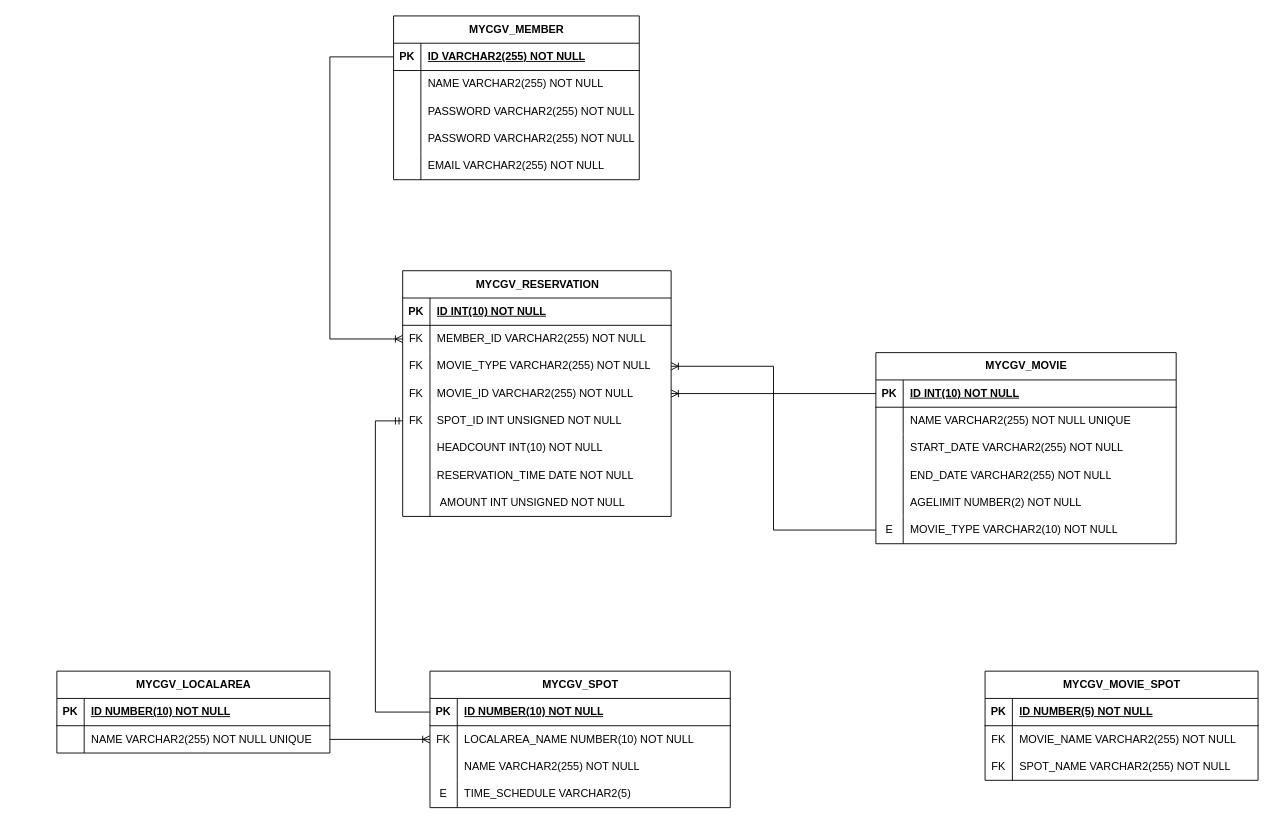
Above: new mycgv_erd.drawio in jaehyeonkim0/mycgv (draw.io), before the change. Source tidied: cells renumbered, new cells numbered last; positions are measured from the earlier drawing's top-left corner, leaving out a move shared by most shapes. Both pictures are drawn from the tidied source at 91%, with x=0, y=0 at pixel (56, 15).
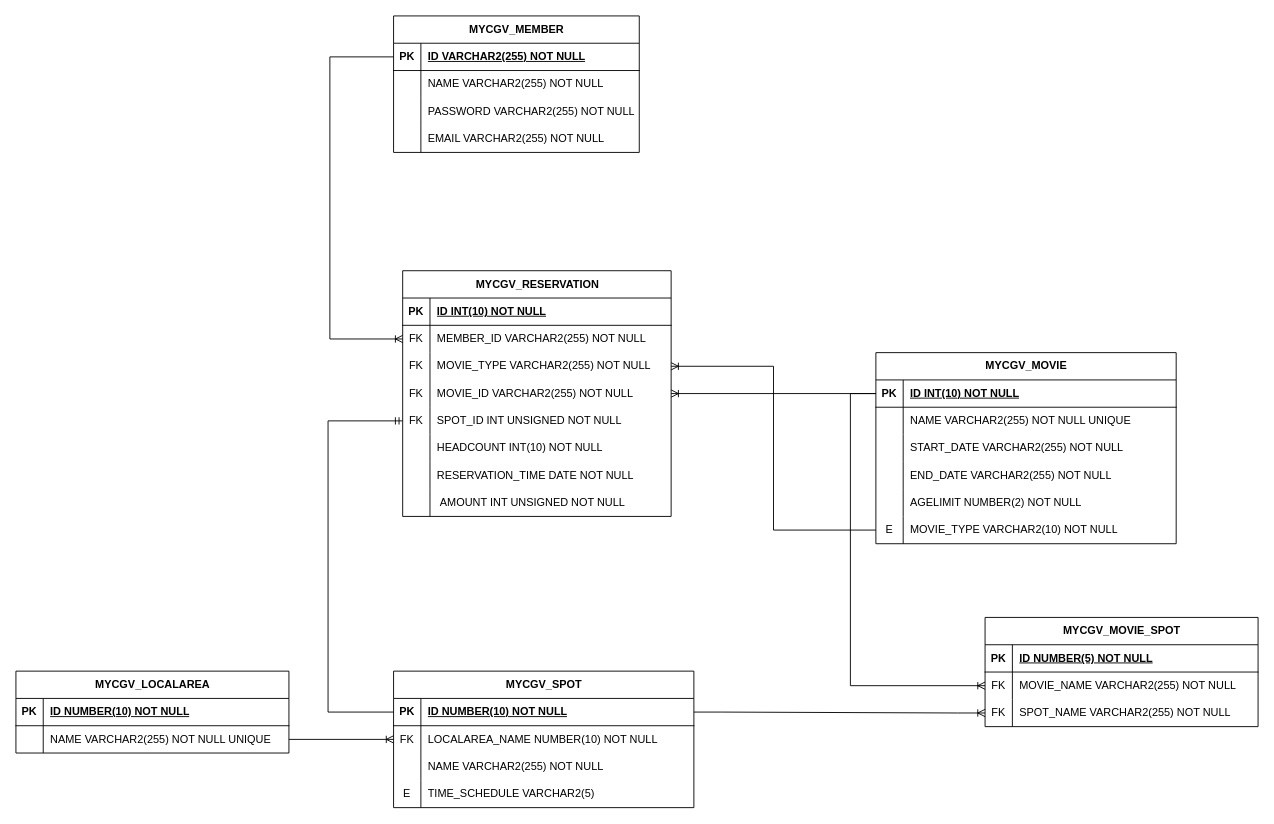
The same diagram, later.

Unchanged cells that the change refers to:
```xml
<mxCell id="3" style="shape=tableRow;horizontal=0;startSize=0;swimlaneHead=0;swimlaneBody=0;fillColor=none;points=[[0,0.5],[1,0.5]];portConstraint=eastwest;top=0;left=0;right=0;bottom=1;" parent="2" vertex="1">
  <mxGeometry y="30" width="330" height="30" as="geometry" />
</mxCell>
<mxCell id="29" style="shape=tableRow;horizontal=0;startSize=0;swimlaneHead=0;swimlaneBody=0;fillColor=none;points=[[0,0.5],[1,0.5]];portConstraint=eastwest;top=0;left=0;right=0;bottom=1;" parent="28" vertex="1">
  <mxGeometry y="30" width="330" height="30" as="geometry" />
</mxCell>
<mxCell id="46" style="shape=tableRow;horizontal=0;startSize=0;swimlaneHead=0;swimlaneBody=0;fillColor=none;points=[[0,0.5],[1,0.5]];portConstraint=eastwest;top=0;left=0;right=0;bottom=0;" parent="42" vertex="1">
  <mxGeometry y="60" width="300" height="30" as="geometry" />
</mxCell>
<mxCell id="49" style="shape=tableRow;horizontal=0;startSize=0;swimlaneHead=0;swimlaneBody=0;fillColor=none;points=[[0,0.5],[1,0.5]];portConstraint=eastwest;top=0;left=0;right=0;bottom=0;" parent="42" vertex="1">
  <mxGeometry y="90" width="300" height="30" as="geometry" />
</mxCell>
<mxCell id="81" style="shape=tableRow;horizontal=0;startSize=0;swimlaneHead=0;swimlaneBody=0;fillColor=none;points=[[0,0.5],[1,0.5]];portConstraint=eastwest;top=0;left=0;right=0;bottom=0;" parent="68" vertex="1">
  <mxGeometry y="150" width="295" height="30" as="geometry" />
</mxCell>
```

What changed in the source:
```diff
@@
     <mxCell id="21" value="MYCGV_LOCALAREA" style="shape=table;startSize=30;childLayout=tableLayout;rowLines=0;fontStyle=1;align=center;html=1;" parent="1" vertex="1">
-      <mxGeometry y="720" width="300" height="90" as="geometry" />
+      <mxGeometry x="-45" y="720" width="300" height="90" as="geometry" />
     </mxCell>
@@
     <mxCell id="28" value="MYCGV_SPOT" style="shape=table;startSize=30;childLayout=tableLayout;rowLines=0;fontStyle=1;align=center;html=1;" parent="1" vertex="1">
-      <mxGeometry x="410" y="720" width="330" height="150" as="geometry" />
+      <mxGeometry x="370" y="720" width="330" height="150" as="geometry" />
     </mxCell>
@@
     <mxCell id="42" value="MYCGV_MOVIE_SPOT" style="shape=table;startSize=30;childLayout=tableLayout;rowLines=0;fontStyle=1;align=center;html=1;" parent="1" vertex="1">
-      <mxGeometry x="1020" y="720" width="300" height="120" as="geometry" />
+      <mxGeometry x="1020" y="661" width="300" height="120" as="geometry" />
     </mxCell>
@@
     <mxCell id="52" value="MYCGV_MEMBER" style="shape=table;startSize=30;childLayout=tableLayout;rowLines=0;fontStyle=1;align=center;html=1;" parent="1" vertex="1">
-      <mxGeometry x="370" width="270" height="180" as="geometry" />
+      <mxGeometry x="370" width="270" height="150" as="geometry" />
     </mxCell>
@@
-    <mxCell id="62" style="shape=tableRow;horizontal=0;startSize=0;swimlaneHead=0;swimlaneBody=0;fillColor=none;top=0;left=0;right=0;bottom=0;" parent="52" vertex="1">
-      <mxGeometry y="120" width="270" height="30" as="geometry" />
-    </mxCell>
-    <mxCell id="63" style="shape=partialRectangle;fillColor=none;top=0;left=0;bottom=0;right=0;overflow=hidden;whiteSpace=wrap;html=1;" parent="62" vertex="1">
-      <mxGeometry width="30" height="30" as="geometry" />
-    </mxCell>
-    <mxCell id="64" value="PASSWORD VARCHAR2(255) NOT NULL" style="shape=partialRectangle;fillColor=none;top=0;left=0;bottom=0;right=0;align=left;spacingLeft=6;overflow=hidden;whiteSpace=wrap;html=1;" parent="62" vertex="1">
-      <mxGeometry x="30" width="240" height="30" as="geometry" />
-    </mxCell>
     <mxCell id="65" style="shape=tableRow;horizontal=0;startSize=0;swimlaneHead=0;swimlaneBody=0;fillColor=none;top=0;left=0;right=0;bottom=0;" parent="52" vertex="1">
-      <mxGeometry y="150" width="270" height="30" as="geometry" />
+      <mxGeometry y="120" width="270" height="30" as="geometry" />
     </mxCell>
@@
     <mxCell id="96" style="edgeStyle=orthogonalEdgeStyle;fontSize=12;html=1;endArrow=ERmandOne;rounded=0;exitX=0;exitY=0.5;exitDx=0;exitDy=0;entryX=0;entryY=0.5;entryDx=0;entryDy=0;" parent="1" edge="1" source="29" target="81">
       <mxGeometry relative="1" as="geometry">
         <Array as="points">
-          <mxPoint x="350" y="765" />
-          <mxPoint x="350" y="445" />
+          <mxPoint x="298" y="765" />
+          <mxPoint x="298" y="445" />
         </Array>
       </mxGeometry>
     </mxCell>
+    <mxCell id="97" style="edgeStyle=entityRelationEdgeStyle;fontSize=12;html=1;endArrow=ERoneToMany;rounded=0;exitX=1;exitY=0.5;exitDx=0;exitDy=0;entryX=0;entryY=0.5;entryDx=0;entryDy=0;" parent="1" edge="1" source="29" target="49">
+      <mxGeometry relative="1" as="geometry" />
+    </mxCell>
+    <mxCell id="98" style="edgeStyle=orthogonalEdgeStyle;fontSize=12;html=1;endArrow=ERoneToMany;rounded=0;exitX=0;exitY=0.5;exitDx=0;exitDy=0;entryX=0;entryY=0.5;entryDx=0;entryDy=0;" parent="1" edge="1" source="3" target="46">
+      <mxGeometry relative="1" as="geometry">
+        <Array as="points">
+          <mxPoint x="872" y="415" />
+          <mxPoint x="872" y="736" />
+        </Array>
+      </mxGeometry>
+    </mxCell>
```
